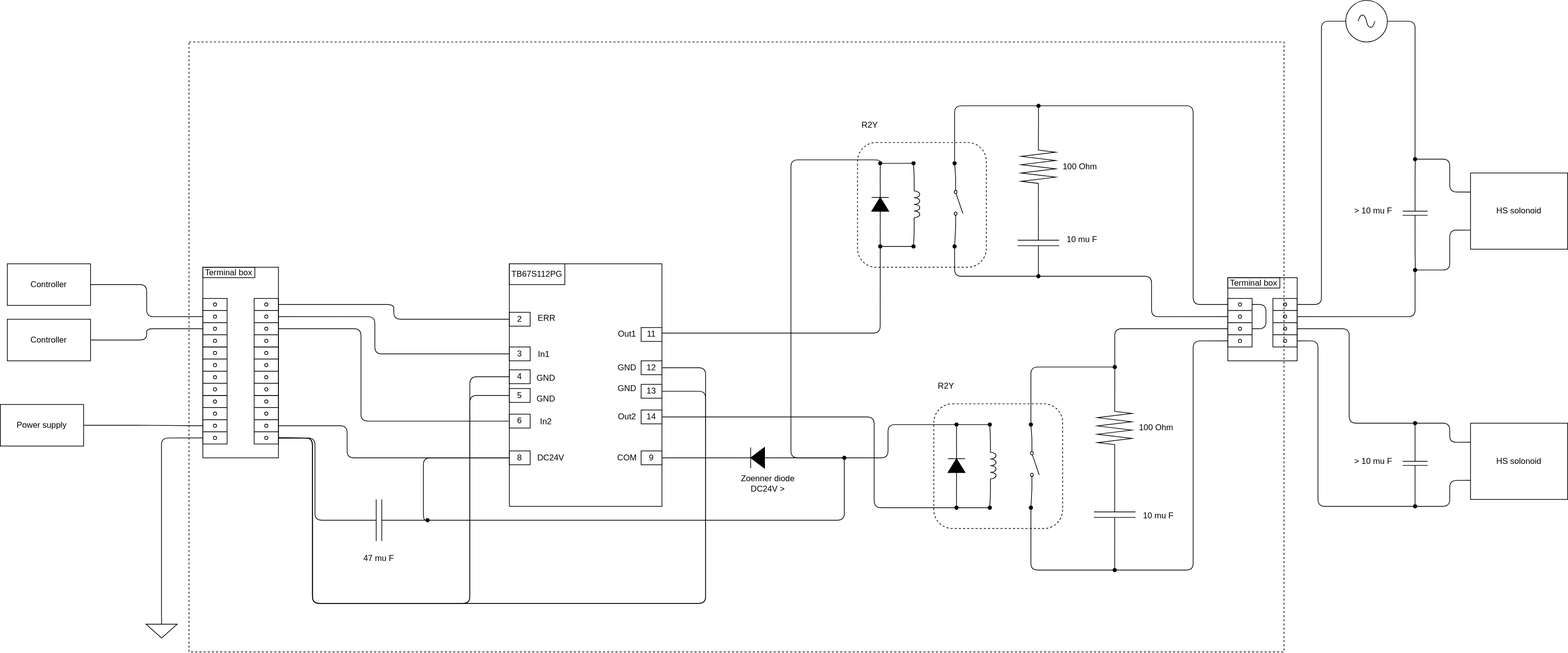
The draw.io diagram diagrams/electric/components/2A-00002.00.00-solenoid_driver.drawio.svg in sakairi-nobuyuki/Yamamiya_3PM_pjk, before a commit. Source tidied: cells renumbered, new cells last; positions are measured from the earlier drawing's top-left corner, leaving out a move shared by most shapes.
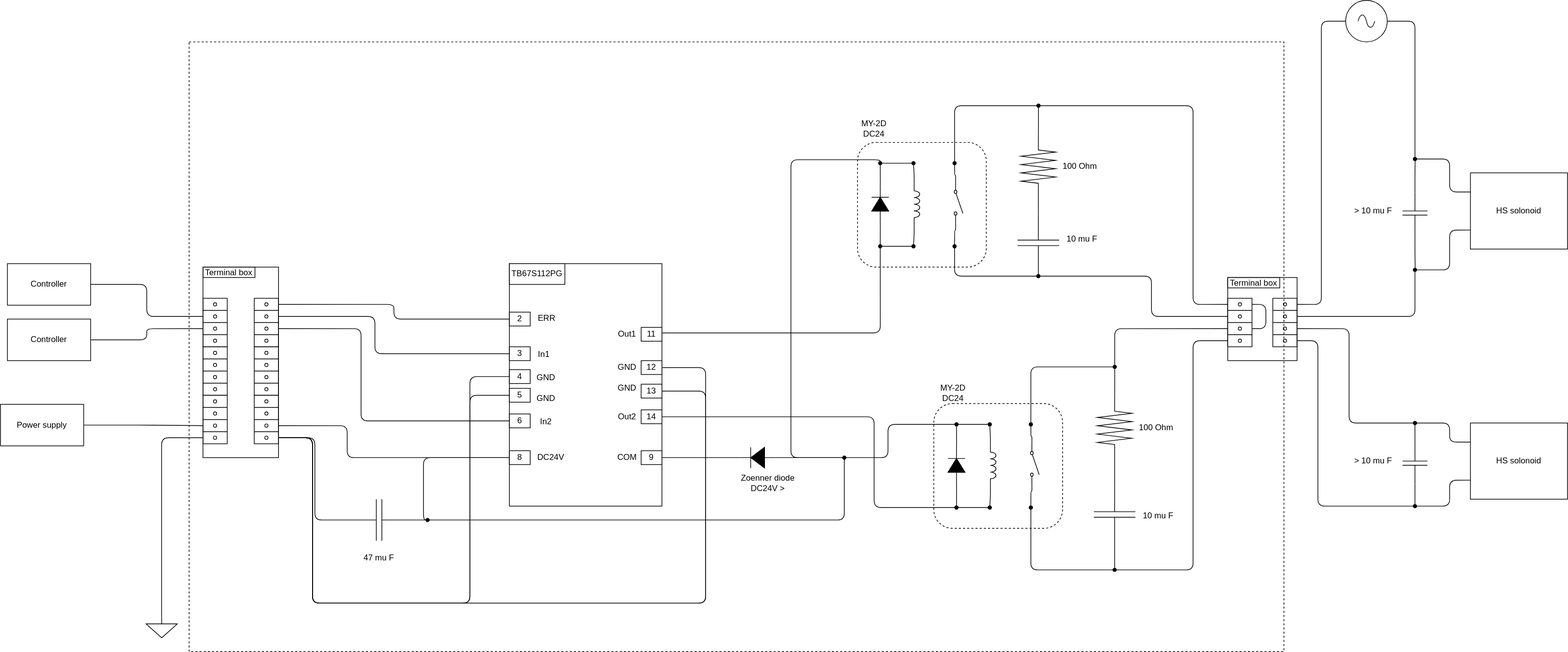
The same diagram one commit later.

Commit message:
fixed solenoid driver's relay

Change to the diagram source:
```diff
@@ -81,6 +81,9 @@
         </Array>
       </mxGeometry>
     </mxCell>
+    <mxCell id="164" value="MY-2D DC24" style="text;html=1;strokeColor=none;fillColor=none;align=center;verticalAlign=middle;whiteSpace=wrap;rounded=0;dashed=1;" parent="1" vertex="1">
+      <mxGeometry x="1344" y="552" width="60" height="30" as="geometry" />
+    </mxCell>
     <mxCell id="20" value="R2Y-relay" parent="0" />
     <mxCell id="21" style="rounded=0;whiteSpace=wrap;html=1;fillColor=none;dashed=1;" parent="20" vertex="1">
       <mxGeometry x="272" y="60" width="1579" height="880" as="geometry" />
@@ -145,9 +148,6 @@
     <mxCell id="41" style="shape=waypoint;sketch=0;fillStyle=solid;size=6;points=[];fillColor=none;perimeter=centerPerimeter;snapToPoint=1;" parent="20" vertex="1">
       <mxGeometry x="1356" y="335" width="40" height="40" as="geometry" />
     </mxCell>
-    <mxCell id="42" value="R2Y" style="text;html=1;strokeColor=none;fillColor=none;align=center;verticalAlign=middle;whiteSpace=wrap;rounded=0;dashed=1;" parent="20" vertex="1">
-      <mxGeometry x="1224" y="165" width="60" height="30" as="geometry" />
-    </mxCell>
     <mxCell id="43" style="edgeStyle=orthogonalEdgeStyle;html=1;exitX=1;exitY=0.5;exitDx=0;exitDy=0;endArrow=none;endFill=0;" parent="20" edge="1" source="127" target="148">
       <mxGeometry relative="1" as="geometry">
         <Array as="points">
@@ -562,8 +562,8 @@
     <mxCell id="150" style="shape=waypoint;sketch=0;fillStyle=solid;size=6;points=[];fillColor=none;perimeter=centerPerimeter;snapToPoint=1;" parent="101" vertex="1">
       <mxGeometry x="1466" y="712" width="40" height="40" as="geometry" />
     </mxCell>
-    <mxCell id="151" value="R2Y" style="text;html=1;strokeColor=none;fillColor=none;align=center;verticalAlign=middle;whiteSpace=wrap;rounded=0;dashed=1;" parent="101" vertex="1">
-      <mxGeometry x="1334" y="542" width="60" height="30" as="geometry" />
+    <mxCell id="151" value="MY-2D DC24" style="text;html=1;strokeColor=none;fillColor=none;align=center;verticalAlign=middle;whiteSpace=wrap;rounded=0;dashed=1;" parent="101" vertex="1">
+      <mxGeometry x="1230" y="170" width="60" height="30" as="geometry" />
     </mxCell>
     <mxCell id="152" style="edgeStyle=orthogonalEdgeStyle;html=1;entryX=0.661;entryY=0.334;entryDx=0;entryDy=0;entryPerimeter=0;endArrow=none;endFill=0;" parent="101" edge="1" source="154" target="146">
       <mxGeometry relative="1" as="geometry" />
```
